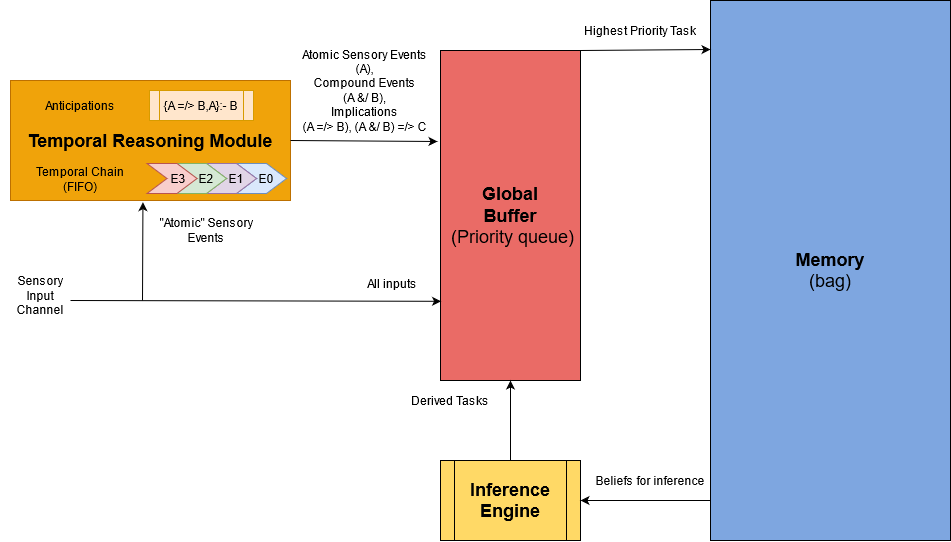
This is Documentation/Diagram.png from ccrock4t/NARS-Python, a draw.io export, as it was before one commit. Source tidied: cells renumbered, new cells last; positions are measured from the earlier drawing's top-left corner, leaving out a move shared by most shapes.
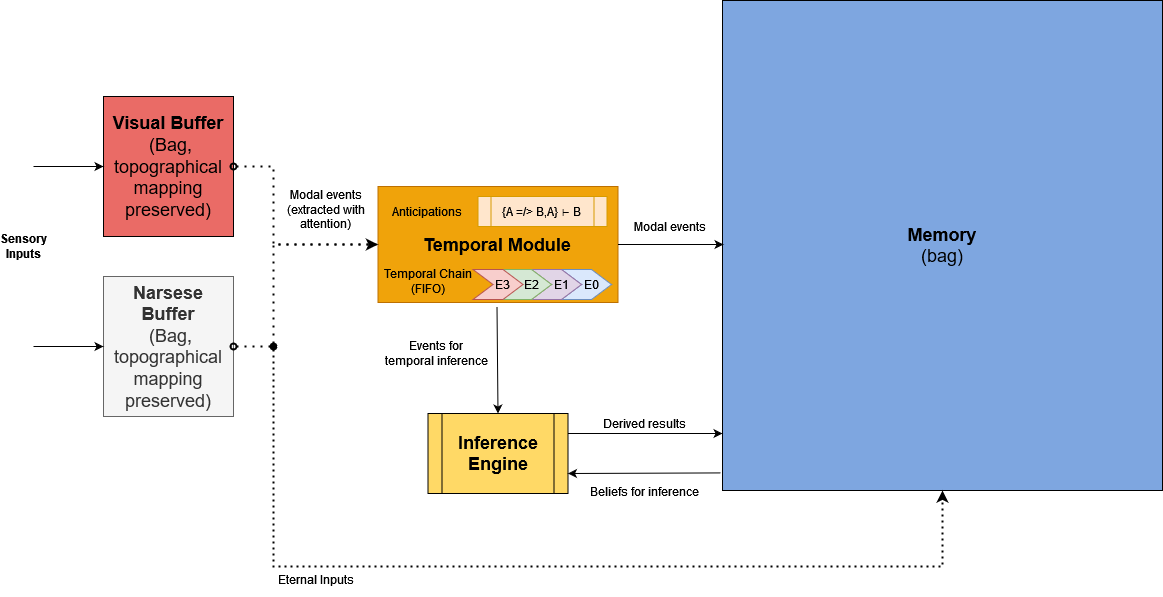
Later version of the same file.

Change to the diagram source:
```diff
@@ -3,98 +3,128 @@
     <mxCell id="0" />
     <mxCell id="1" parent="0" />
     <mxCell id="2" value="&lt;div&gt;&lt;font style=&quot;font-size: 18px&quot;&gt;&lt;b&gt;Memory&lt;/b&gt;&lt;br&gt;&lt;/font&gt;&lt;/div&gt;&lt;div&gt;&lt;font style=&quot;font-size: 18px&quot;&gt;(bag)&lt;/font&gt;&lt;/div&gt;" style="rounded=0;whiteSpace=wrap;html=1;fillColor=#7EA6E0;" parent="1" vertex="1">
-      <mxGeometry x="710" width="240" height="540" as="geometry" />
+      <mxGeometry x="719" y="54" width="440" height="490" as="geometry" />
     </mxCell>
-    <mxCell id="3" value="&lt;div&gt;&lt;font style=&quot;font-size: 18px&quot;&gt;&lt;b&gt;&lt;font style=&quot;font-size: 18px&quot;&gt;Global&lt;/font&gt;&lt;br&gt;&lt;/b&gt;&lt;/font&gt;&lt;/div&gt;&lt;div&gt;&lt;font style=&quot;font-size: 18px&quot;&gt;&lt;b&gt;Buffer&lt;/b&gt;&lt;/font&gt;&lt;/div&gt;&lt;font style=&quot;font-size: 18px&quot;&gt;&amp;nbsp;(Priority queue)&lt;/font&gt;" style="rounded=0;whiteSpace=wrap;html=1;fillColor=#EA6B66;" parent="1" vertex="1">
-      <mxGeometry x="440" y="50" width="140" height="330" as="geometry" />
+    <mxCell id="3" value="&lt;div&gt;&lt;font style=&quot;font-size: 18px&quot;&gt;&lt;b&gt;&lt;font style=&quot;font-size: 18px&quot;&gt;Visual &lt;/font&gt;Buffer&lt;/b&gt;&lt;/font&gt;&lt;/div&gt;&lt;font style=&quot;font-size: 18px&quot;&gt;&amp;nbsp;(Bag, topographical mapping preserved)&lt;/font&gt;" style="rounded=0;whiteSpace=wrap;html=1;fillColor=#EA6B66;" parent="1" vertex="1">
+      <mxGeometry x="100" y="150" width="130" height="140" as="geometry" />
     </mxCell>
     <mxCell id="4" value="&lt;div&gt;&lt;font style=&quot;font-size: 18px&quot;&gt;&lt;b&gt;Inference&lt;/b&gt;&lt;/font&gt;&lt;/div&gt;&lt;div&gt;&lt;font style=&quot;font-size: 18px&quot;&gt;&lt;b&gt;Engine&lt;br&gt;&lt;/b&gt;&lt;/font&gt;&lt;/div&gt;" style="shape=process;whiteSpace=wrap;html=1;backgroundOutline=1;fillColor=#FFD966;" parent="1" vertex="1">
-      <mxGeometry x="440" y="460" width="140" height="80" as="geometry" />
+      <mxGeometry x="424.5" y="467" width="140" height="80" as="geometry" />
     </mxCell>
-    <mxCell id="5" style="endArrow=classic;html=1;fillColor=#ffffff;entryX=0.004;entryY=0.76;entryDx=0;entryDy=0;entryPerimeter=0;" parent="1" edge="1" target="3">
-      <mxGeometry relative="1" as="geometry">
-        <mxPoint x="70" y="300" as="sourcePoint" />
-      </mxGeometry>
-    </mxCell>
-    <mxCell id="6" value="&lt;div&gt;Sensory&lt;br&gt;&lt;/div&gt;&lt;div&gt;Input&lt;/div&gt;&lt;div&gt;Channel&lt;br&gt;&lt;/div&gt;" style="text;html=1;strokeColor=none;fillColor=none;align=center;verticalAlign=middle;whiteSpace=wrap;rounded=0;" parent="1" vertex="1">
-      <mxGeometry x="20" y="285" width="40" height="20" as="geometry" />
+    <mxCell id="6" value="&lt;div&gt;&lt;b&gt;Sensory&lt;br&gt;&lt;/b&gt;&lt;/div&gt;&lt;div&gt;&lt;b&gt;Inputs&lt;/b&gt;&lt;/div&gt;" style="text;html=1;strokeColor=none;fillColor=none;align=center;verticalAlign=middle;whiteSpace=wrap;rounded=0;" parent="1" vertex="1">
+      <mxGeometry y="290" width="40" height="20" as="geometry" />
     </mxCell>
-    <mxCell id="7" value="&lt;font style=&quot;font-size: 18px&quot;&gt;&lt;b&gt;Temporal Reasoning Module &lt;br&gt;&lt;/b&gt;&lt;/font&gt;" style="rounded=0;whiteSpace=wrap;html=1;fillColor=#f0a30a;strokeColor=#BD7000;fontColor=#000000;" parent="1" vertex="1">
-      <mxGeometry x="10" y="80" width="280" height="120" as="geometry" />
+    <mxCell id="7" value="&lt;div&gt;&lt;font style=&quot;font-size: 18px&quot;&gt;&lt;b&gt;&lt;br&gt;&lt;/b&gt;&lt;/font&gt;&lt;/div&gt;&lt;div&gt;&lt;font style=&quot;font-size: 18px&quot;&gt;&lt;b&gt;Temporal Module &lt;br&gt;&lt;/b&gt;&lt;/font&gt;&lt;/div&gt;&lt;div&gt;&lt;font style=&quot;font-size: 18px&quot;&gt;&lt;b&gt;&lt;br&gt;&lt;/b&gt;&lt;/font&gt;&lt;/div&gt;" style="rounded=0;whiteSpace=wrap;html=1;fillColor=#f0a30a;strokeColor=#BD7000;fontColor=#000000;" parent="1" vertex="1">
+      <mxGeometry x="374.5" y="240" width="240" height="116" as="geometry" />
     </mxCell>
-    <mxCell id="8" style="endArrow=classic;html=1;entryX=0.473;entryY=1.014;entryDx=0;entryDy=0;entryPerimeter=0;" parent="1" edge="1" target="7">
-      <mxGeometry relative="1" as="geometry">
-        <mxPoint x="142" y="300" as="sourcePoint" />
-      </mxGeometry>
-    </mxCell>
-    <mxCell id="9" style="endArrow=classic;html=1;exitX=1;exitY=0.5;exitDx=0;exitDy=0;" parent="1" edge="1" source="7">
-      <mxGeometry relative="1" as="geometry">
-        <mxPoint x="437" y="141" as="targetPoint" />
-      </mxGeometry>
-    </mxCell>
-    <mxCell id="10" value="&quot;Atomic&quot; Sensory Events" style="text;html=1;strokeColor=none;fillColor=none;align=center;verticalAlign=middle;whiteSpace=wrap;rounded=0;" parent="1" vertex="1">
-      <mxGeometry x="139" y="220" width="134" height="20" as="geometry" />
-    </mxCell>
-    <mxCell id="11" value="All inputs" style="text;html=1;strokeColor=none;fillColor=none;align=center;verticalAlign=middle;whiteSpace=wrap;rounded=0;" parent="1" vertex="1">
-      <mxGeometry x="330" y="265" width="124.5" height="35" as="geometry" />
+    <mxCell id="11" value="Eternal Inputs" style="text;html=1;strokeColor=none;fillColor=none;align=center;verticalAlign=middle;whiteSpace=wrap;rounded=0;" parent="1" vertex="1">
+      <mxGeometry x="250" y="615" width="124.5" height="35" as="geometry" />
     </mxCell>
-    <mxCell id="12" style="endArrow=classic;html=1;exitX=1;exitY=0;exitDx=0;exitDy=0;" parent="1" edge="1" source="3">
-      <mxGeometry relative="1" as="geometry">
-        <mxPoint x="710" y="49" as="targetPoint" />
-      </mxGeometry>
-    </mxCell>
-    <mxCell id="13" value="Atomic Sensory Events&lt;br&gt;(A),&lt;br&gt;Compound Events&lt;br&gt;(A &amp;amp;/ B),&lt;br&gt;Implications&lt;br&gt;(A =/&amp;gt; B), (A &amp;amp;/ B) =/&amp;gt; C" style="text;html=1;strokeColor=none;fillColor=none;align=center;verticalAlign=middle;whiteSpace=wrap;rounded=0;" parent="1" vertex="1">
-      <mxGeometry x="299" y="50" width="131" height="80" as="geometry" />
-    </mxCell>
-    <mxCell id="14" value="&lt;div&gt;Highest Priority Task&lt;/div&gt;" style="text;html=1;strokeColor=none;fillColor=none;align=center;verticalAlign=middle;whiteSpace=wrap;rounded=0;" parent="1" vertex="1">
-      <mxGeometry x="570" y="20" width="140" height="20" as="geometry" />
-    </mxCell>
-    <mxCell id="15" style="endArrow=classic;html=1;entryX=1;entryY=0.5;entryDx=0;entryDy=0;" parent="1" edge="1" target="4">
+    <mxCell id="15" style="endArrow=classic;html=1;entryX=1;entryY=0.75;entryDx=0;entryDy=0;exitX=-0.004;exitY=0.958;exitDx=0;exitDy=0;exitPerimeter=0;" parent="1" edge="1" target="4">
       <mxGeometry relative="1" as="geometry">
-        <mxPoint x="710" y="500" as="sourcePoint" />
+        <mxPoint x="717.2" y="526.4" as="sourcePoint" />
       </mxGeometry>
     </mxCell>
     <mxCell id="16" value="&lt;div&gt;Beliefs for inference&lt;/div&gt;" style="text;html=1;strokeColor=none;fillColor=none;align=center;verticalAlign=middle;whiteSpace=wrap;rounded=0;" parent="1" vertex="1">
-      <mxGeometry x="510" y="470" width="280" height="20" as="geometry" />
+      <mxGeometry x="578" y="535" width="126" height="20" as="geometry" />
     </mxCell>
-    <mxCell id="17" style="endArrow=classic;html=1;exitX=0.5;exitY=0;exitDx=0;exitDy=0;entryX=0.5;entryY=1;entryDx=0;entryDy=0;" parent="1" edge="1" source="4" target="3">
-      <mxGeometry relative="1" as="geometry" />
-    </mxCell>
-    <mxCell id="18" value="Derived Tasks" style="text;html=1;strokeColor=none;fillColor=none;align=center;verticalAlign=middle;whiteSpace=wrap;rounded=0;" parent="1" vertex="1">
-      <mxGeometry x="380" y="390" width="140" height="20" as="geometry" />
+    <mxCell id="18" value="Derived results" style="text;html=1;strokeColor=none;fillColor=none;align=center;verticalAlign=middle;whiteSpace=wrap;rounded=0;" parent="1" vertex="1">
+      <mxGeometry x="571" y="467" width="140" height="20" as="geometry" />
     </mxCell>
     <mxCell id="19" style="shape=step;perimeter=stepPerimeter;whiteSpace=wrap;html=1;fixedSize=1;fillColor=#dae8fc;strokeColor=#6c8ebf;" parent="1" vertex="1">
-      <mxGeometry x="236" y="163" width="50" height="30" as="geometry" />
+      <mxGeometry x="558" y="323" width="50" height="30" as="geometry" />
     </mxCell>
     <mxCell id="20" value="&lt;div align=&quot;center&quot;&gt;Temporal Chain&lt;br&gt;&lt;/div&gt;&lt;div align=&quot;center&quot;&gt;(FIFO)&lt;/div&gt;" style="text;whiteSpace=wrap;html=1;align=center;" parent="1" vertex="1">
-      <mxGeometry y="158" width="160" height="30" as="geometry" />
+      <mxGeometry x="370" y="314" width="110.5" height="30" as="geometry" />
     </mxCell>
     <mxCell id="21" style="shape=step;perimeter=stepPerimeter;whiteSpace=wrap;html=1;fixedSize=1;fillColor=#e1d5e7;strokeColor=#9673a6;" parent="1" vertex="1">
-      <mxGeometry x="206" y="163" width="50" height="30" as="geometry" />
+      <mxGeometry x="528" y="323" width="50" height="30" as="geometry" />
     </mxCell>
     <mxCell id="22" value="E0" style="text;html=1;strokeColor=none;fillColor=none;align=center;verticalAlign=middle;whiteSpace=wrap;rounded=0;" parent="1" vertex="1">
-      <mxGeometry x="246" y="168" width="40" height="20" as="geometry" />
+      <mxGeometry x="568" y="328" width="40" height="20" as="geometry" />
     </mxCell>
     <mxCell id="23" value="E1" style="text;html=1;strokeColor=none;fillColor=none;align=center;verticalAlign=middle;whiteSpace=wrap;rounded=0;" parent="1" vertex="1">
-      <mxGeometry x="216" y="168" width="40" height="20" as="geometry" />
+      <mxGeometry x="538" y="328" width="40" height="20" as="geometry" />
     </mxCell>
-    <mxCell id="24" value="Anticipations" style="text;html=1;strokeColor=none;fillColor=none;align=center;verticalAlign=middle;whiteSpace=wrap;rounded=0;" parent="1" vertex="1">
-      <mxGeometry x="60" y="95" width="40" height="20" as="geometry" />
-    </mxCell>
-    <mxCell id="25" value="{A =/&amp;gt; B,A}:- B" style="shape=process;whiteSpace=wrap;html=1;backgroundOutline=1;fillColor=#ffe6cc;strokeColor=#d79b00;" parent="1" vertex="1">
-      <mxGeometry x="149" y="90" width="104" height="30" as="geometry" />
+    <mxCell id="25" value="{A =/&amp;gt; B,A} ⊢ B" style="shape=process;whiteSpace=wrap;html=1;backgroundOutline=1;fillColor=#ffe6cc;strokeColor=#d79b00;" parent="1" vertex="1">
+      <mxGeometry x="474.5" y="250" width="129" height="30" as="geometry" />
     </mxCell>
     <mxCell id="26" style="shape=step;perimeter=stepPerimeter;whiteSpace=wrap;html=1;fixedSize=1;fillColor=#d5e8d4;strokeColor=#82b366;" parent="1" vertex="1">
-      <mxGeometry x="176" y="163" width="50" height="30" as="geometry" />
+      <mxGeometry x="498" y="323" width="50" height="30" as="geometry" />
     </mxCell>
     <mxCell id="27" value="E2" style="text;html=1;strokeColor=none;fillColor=none;align=center;verticalAlign=middle;whiteSpace=wrap;rounded=0;" parent="1" vertex="1">
-      <mxGeometry x="186" y="168" width="40" height="20" as="geometry" />
+      <mxGeometry x="508" y="328" width="40" height="20" as="geometry" />
     </mxCell>
     <mxCell id="28" style="shape=step;perimeter=stepPerimeter;whiteSpace=wrap;html=1;fixedSize=1;fillColor=#f8cecc;strokeColor=#b85450;" parent="1" vertex="1">
-      <mxGeometry x="146.5" y="163" width="50" height="30" as="geometry" />
+      <mxGeometry x="469.5" y="323" width="50" height="30" as="geometry" />
     </mxCell>
     <mxCell id="29" value="E3" style="text;html=1;strokeColor=none;fillColor=none;align=center;verticalAlign=middle;whiteSpace=wrap;rounded=0;" parent="1" vertex="1">
-      <mxGeometry x="157.5" y="168" width="40" height="20" as="geometry" />
+      <mxGeometry x="479.5" y="328" width="40" height="20" as="geometry" />
     </mxCell>
+    <mxCell id="24" value="Anticipations" style="text;html=1;strokeColor=none;fillColor=none;align=center;verticalAlign=middle;whiteSpace=wrap;rounded=0;" parent="1" vertex="1">
+      <mxGeometry x="404.2" y="240" width="40" height="50" as="geometry" />
+    </mxCell>
+    <mxCell id="30" style="endArrow=classic;html=1;rounded=0;exitX=1;exitY=0.5;exitDx=0;exitDy=0;" parent="1" edge="1" source="7">
+      <mxGeometry relative="1" as="geometry">
+        <mxPoint x="720" y="298" as="targetPoint" />
+      </mxGeometry>
+    </mxCell>
+    <mxCell id="31" value="&lt;div&gt;&lt;font style=&quot;font-size: 18px&quot;&gt;&lt;b&gt;&lt;font style=&quot;font-size: 18px&quot;&gt;Narsese &lt;/font&gt;Buffer&lt;/b&gt;&lt;/font&gt;&lt;/div&gt;&lt;font style=&quot;font-size: 18px&quot;&gt;&amp;nbsp;(Bag, topographical mapping preserved)&lt;/font&gt;" style="rounded=0;whiteSpace=wrap;html=1;fillColor=#f5f5f5;fontColor=#333333;strokeColor=#666666;" parent="1" vertex="1">
+      <mxGeometry x="100" y="330" width="130" height="140" as="geometry" />
+    </mxCell>
+    <mxCell id="32" style="endArrow=classic;html=1;rounded=0;exitX=0.5;exitY=1;exitDx=0;exitDy=0;entryX=0.5;entryY=0;entryDx=0;entryDy=0;" parent="1" edge="1" target="4">
+      <mxGeometry relative="1" as="geometry">
+        <mxPoint x="493.5" y="360" as="sourcePoint" />
+      </mxGeometry>
+    </mxCell>
+    <mxCell id="33" style="endArrow=none;html=1;entryX=1;entryY=0.25;entryDx=0;entryDy=0;endFill=0;startArrow=classic;startFill=1;" parent="1" edge="1" target="4">
+      <mxGeometry relative="1" as="geometry">
+        <mxPoint x="719" y="487" as="sourcePoint" />
+      </mxGeometry>
+    </mxCell>
+    <mxCell id="34" value="&lt;div&gt;Events for &lt;br&gt;&lt;/div&gt;&lt;div&gt;temporal inference&lt;/div&gt;" style="text;html=1;strokeColor=none;fillColor=none;align=center;verticalAlign=middle;whiteSpace=wrap;rounded=0;" parent="1" vertex="1">
+      <mxGeometry x="370" y="397" width="126" height="20" as="geometry" />
+    </mxCell>
+    <mxCell id="35" style="endArrow=classic;html=1;rounded=0;entryX=0;entryY=0.5;entryDx=0;entryDy=0;" parent="1" edge="1" target="3">
+      <mxGeometry relative="1" as="geometry">
+        <mxPoint x="30" y="220" as="sourcePoint" />
+      </mxGeometry>
+    </mxCell>
+    <mxCell id="36" style="endArrow=classic;html=1;rounded=0;entryX=0;entryY=0.5;entryDx=0;entryDy=0;" parent="1" edge="1" target="31">
+      <mxGeometry relative="1" as="geometry">
+        <mxPoint x="30" y="400" as="sourcePoint" />
+      </mxGeometry>
+    </mxCell>
+    <mxCell id="37" style="endArrow=none;dashed=1;html=1;dashPattern=1 3;strokeWidth=2;rounded=0;exitX=1;exitY=0.5;exitDx=0;exitDy=0;entryX=0;entryY=0.5;entryDx=0;entryDy=0;startArrow=oval;startFill=0;" parent="1" edge="1" source="31" target="7">
+      <mxGeometry relative="1" as="geometry">
+        <Array as="points">
+          <mxPoint x="270" y="400" />
+          <mxPoint x="270" y="298" />
+        </Array>
+      </mxGeometry>
+    </mxCell>
+    <mxCell id="38" style="endArrow=classic;dashed=1;html=1;dashPattern=1 3;strokeWidth=2;rounded=0;exitX=1;exitY=0.5;exitDx=0;exitDy=0;entryX=0;entryY=0.5;entryDx=0;entryDy=0;startArrow=oval;startFill=0;endFill=1;" parent="1" edge="1" source="3" target="7">
+      <mxGeometry relative="1" as="geometry">
+        <Array as="points">
+          <mxPoint x="270" y="220" />
+          <mxPoint x="270" y="298" />
+        </Array>
+      </mxGeometry>
+    </mxCell>
+    <mxCell id="39" style="endArrow=classic;html=1;rounded=0;entryX=0.5;entryY=1;entryDx=0;entryDy=0;dashed=1;dashPattern=1 2;strokeWidth=2;startArrow=oval;startFill=1;" parent="1" edge="1" target="2">
+      <mxGeometry relative="1" as="geometry">
+        <mxPoint x="270" y="400" as="sourcePoint" />
+        <Array as="points">
+          <mxPoint x="270" y="620" />
+          <mxPoint x="939" y="620" />
+        </Array>
+      </mxGeometry>
+    </mxCell>
+    <mxCell id="40" value="Modal events (extracted with attention)" style="text;html=1;strokeColor=none;fillColor=none;align=center;verticalAlign=middle;whiteSpace=wrap;rounded=0;" parent="1" vertex="1">
+      <mxGeometry x="260" y="245" width="124.5" height="35" as="geometry" />
+    </mxCell>
+    <mxCell id="41" value="Modal events" style="text;html=1;strokeColor=none;fillColor=none;align=center;verticalAlign=middle;whiteSpace=wrap;rounded=0;" parent="1" vertex="1">
+      <mxGeometry x="603.5" y="270" width="126" height="20" as="geometry" />
+    </mxCell>
   </root>
 </mxGraphModel>
```
